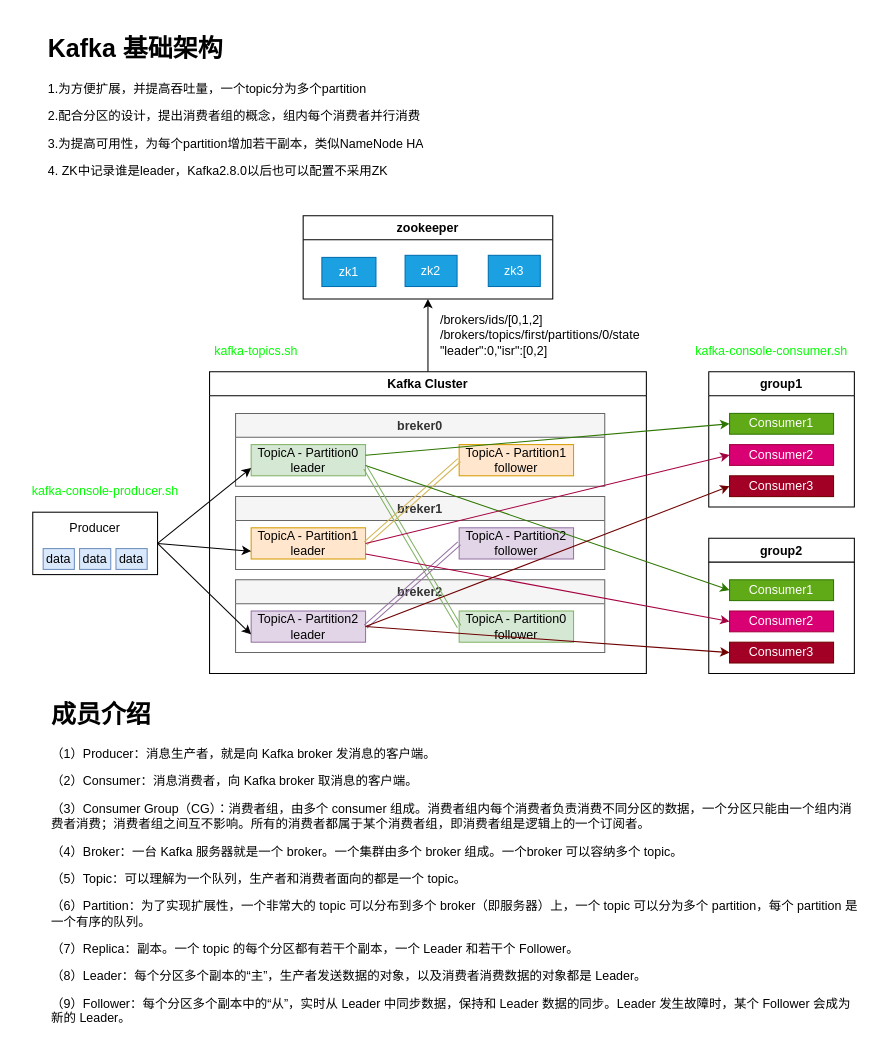
Before: page "01 kafka基础架构" (2 of 9) of middleware/kafka/kafka流程图.drawio in yanglei1992/documents, a draw.io diagram. Source tidied: cells renumbered, new cells numbered last; positions are measured from the earlier drawing's top-left corner, leaving out a move shared by most shapes. Both pictures are drawn from the tidied source at 104%, with x=0, y=0 at pixel (22, 28).
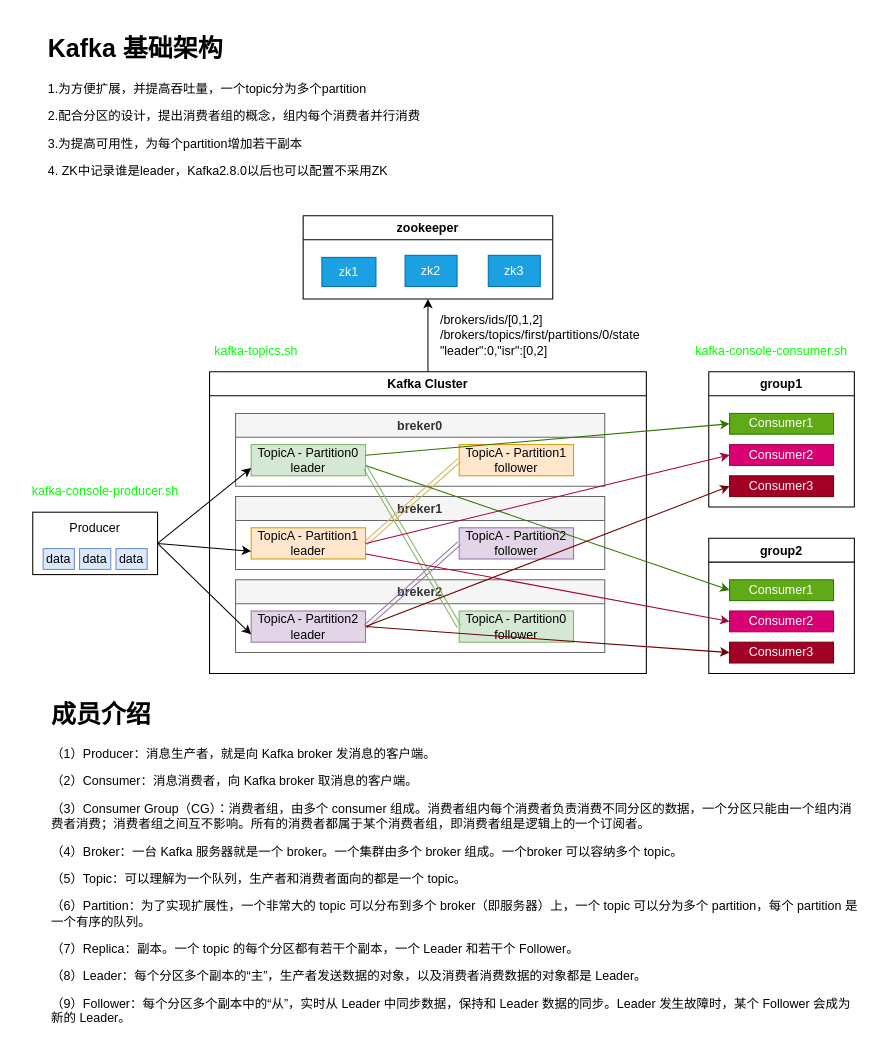
The same diagram, later.

Commit message:
更新kafka流程图.drawio

What changed in the source:
```diff
@@
-    <mxCell id="42" value="&lt;h1&gt;Kafka 基础架构&lt;/h1&gt;&lt;p&gt;1.为方便扩展，并提高吞吐量，一个topic分为多个partition&lt;/p&gt;&lt;p&gt;2.配合分区的设计，提出消费者组的概念，组内每个消费者并行消费&lt;/p&gt;&lt;p&gt;3.为提高可用性，为每个partition增加若干副本，类似NameNode HA&lt;/p&gt;&lt;p&gt;4. ZK中记录谁是leader，Kafka2.8.0以后也可以配置不采用ZK&lt;/p&gt;" style="text;html=1;strokeColor=none;fillColor=none;spacing=5;spacingTop=-20;whiteSpace=wrap;overflow=hidden;rounded=0;shadow=1;" parent="1" vertex="1">
+    <mxCell id="42" value="&lt;h1&gt;Kafka 基础架构&lt;/h1&gt;&lt;p&gt;1.为方便扩展，并提高吞吐量，一个topic分为多个partition&lt;/p&gt;&lt;p&gt;2.配合分区的设计，提出消费者组的概念，组内每个消费者并行消费&lt;/p&gt;&lt;p&gt;3.为提高可用性，为每个partition增加若干副本&lt;/p&gt;&lt;p&gt;4. ZK中记录谁是leader，Kafka2.8.0以后也可以配置不采用ZK&lt;/p&gt;" style="text;html=1;strokeColor=none;fillColor=none;spacing=5;spacingTop=-20;whiteSpace=wrap;overflow=hidden;rounded=0;shadow=1;" parent="1" vertex="1">
       <mxGeometry x="20" width="490" height="150" as="geometry" />
     </mxCell>
```
